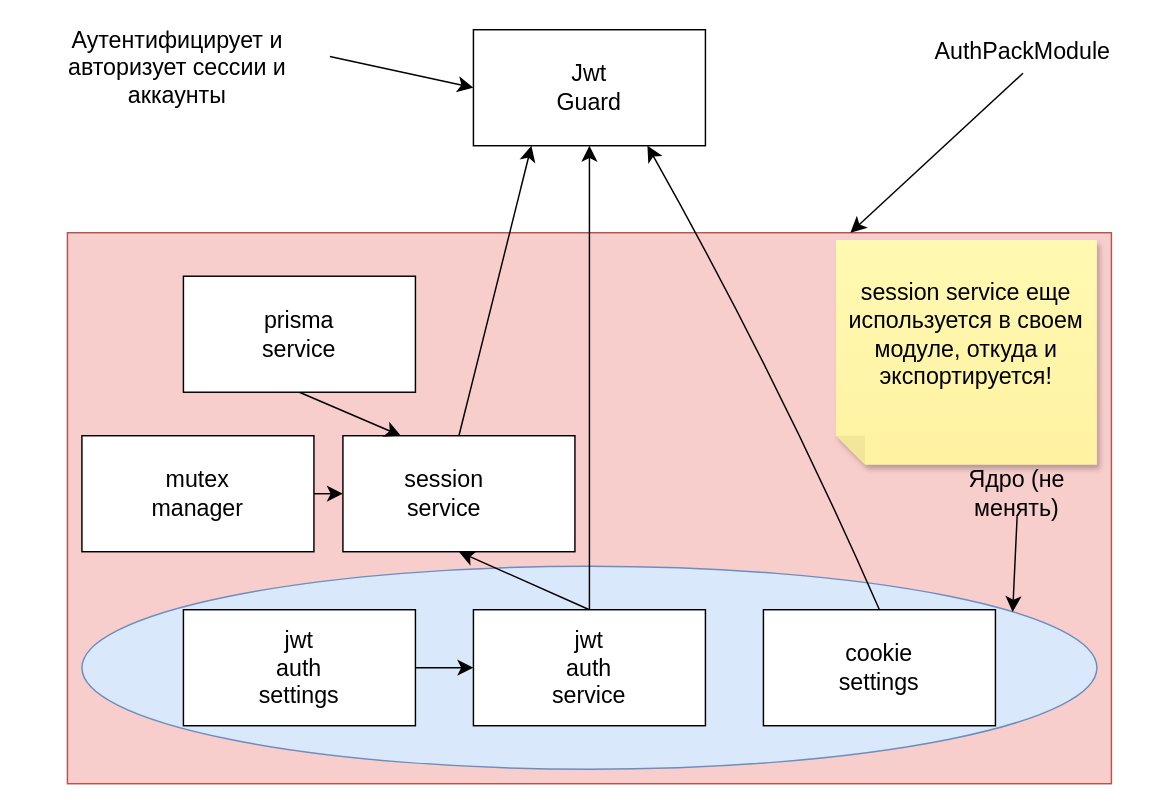
IsaTalantbek/nestjs-monolith keeps this draw.io diagram as info/AuthPackModule.drawio. Above is the earlier version. Source tidied: cells renumbered, new cells numbered last; positions are measured from the earlier drawing's top-left corner, leaving out a move shared by most shapes. Both pictures are drawn from the tidied source at 145%, with x=0, y=0 at pixel (25, 29).
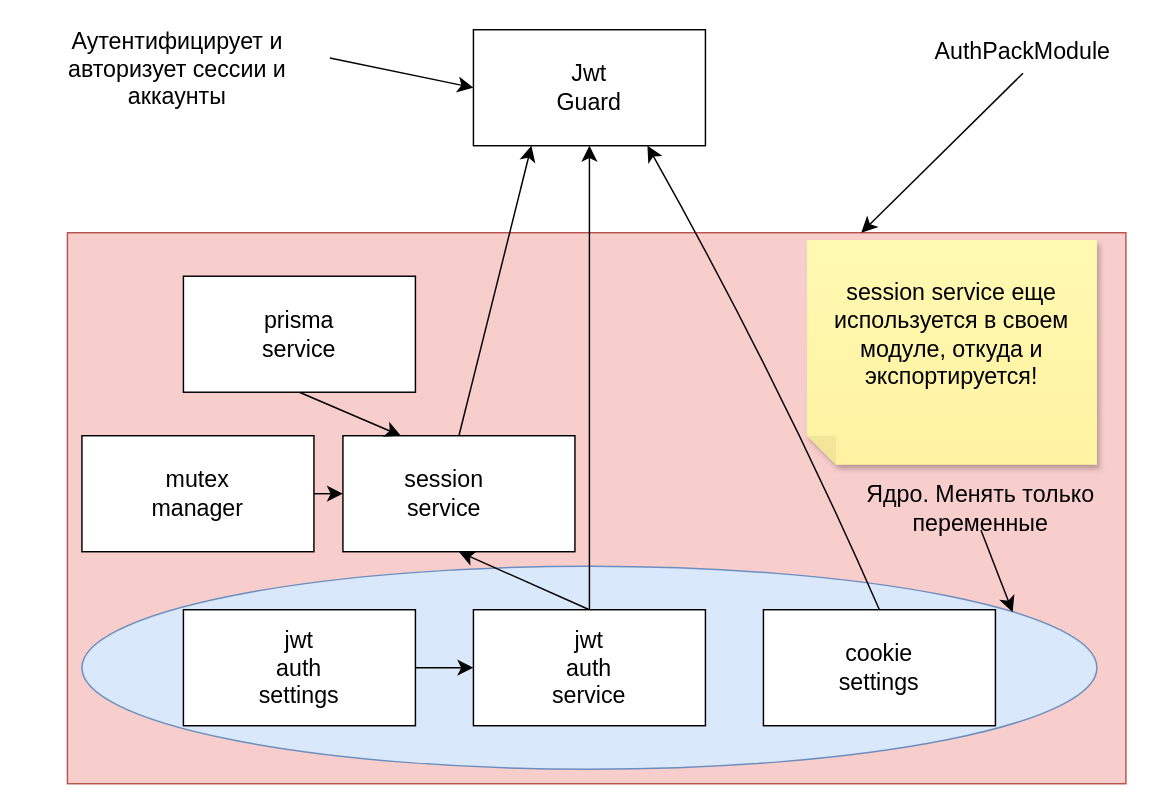
Above is the later version.

Commit message:
documentation-0.0.4-12.01.25-Сделал диаграмму на drawio для AuthPackModule

Unchanged cells that the change refers to:
```xml
<mxCell id="3" style="ellipse;whiteSpace=wrap;html=1;fillColor=#dae8fc;strokeColor=#6c8ebf;" parent="1" vertex="1">
  <mxGeometry x="39" y="370" width="700" height="140" as="geometry" />
</mxCell>
```

What changed in the source:
```diff
@@
     <mxCell id="2" style="rounded=0;whiteSpace=wrap;html=1;fillColor=#f8cecc;strokeColor=#b85450;" parent="1" vertex="1">
-      <mxGeometry x="29" y="140" width="720" height="380" as="geometry" />
+      <mxGeometry x="29" y="140" width="730" height="380" as="geometry" />
     </mxCell>
@@
-    <mxCell id="23" style="edgeStyle=none;curved=1;rounded=0;jettySize=auto;html=1;exitX=0.5;exitY=1;exitDx=0;exitDy=0;fontSize=12;startSize=8;endSize=8;entryX=0.917;entryY=0.226;entryDx=0;entryDy=0;entryPerimeter=0;" parent="1" edge="1" source="24" target="3">
+    <mxCell id="23" style="edgeStyle=none;curved=1;rounded=0;jettySize=auto;html=1;exitX=0.5;exitY=1;exitDx=0;exitDy=0;fontSize=12;startSize=8;endSize=8;entryX=0.917;entryY=0.226;entryDx=0;entryDy=0;entryPerimeter=0;" parent="1" edge="1" source="34" target="3">
       <mxGeometry relative="1" as="geometry" />
     </mxCell>
-    <mxCell id="24" value="Ядро (не менять)" style="text;strokeColor=none;align=center;fillColor=none;html=1;verticalAlign=middle;whiteSpace=wrap;rounded=0;fontSize=16;" parent="1" vertex="1">
-      <mxGeometry x="629" y="305" width="110" height="30" as="geometry" />
-    </mxCell>
@@
     <mxCell id="30" style="shape=note;whiteSpace=wrap;html=1;backgroundOutline=1;fontColor=#000000;darkOpacity=0.05;fillColor=#FFF9B2;strokeColor=none;fillStyle=solid;direction=west;gradientDirection=north;gradientColor=#FFF2A1;shadow=1;size=20;" parent="1" vertex="1">
-      <mxGeometry x="559" y="145" width="180" height="155" as="geometry" />
+      <mxGeometry x="539" y="145" width="200" height="155" as="geometry" />
     </mxCell>
     <mxCell id="31" value="session service еще используется в своем модуле, откуда и экспортируется!" style="text;strokeColor=none;fillColor=none;html=1;align=center;verticalAlign=middle;whiteSpace=wrap;rounded=0;fontSize=16;" parent="1" vertex="1">
-      <mxGeometry x="564" y="195" width="170" height="30" as="geometry" />
+      <mxGeometry x="554" y="195" width="170" height="30" as="geometry" />
     </mxCell>
@@
     <mxCell id="33" value="Аутентифицирует и авторизует сессии и аккаунты" style="text;strokeColor=none;fillColor=none;html=1;align=center;verticalAlign=middle;whiteSpace=wrap;rounded=0;fontSize=16;" parent="1" vertex="1">
-      <mxGeometry y="11" width="210" height="30" as="geometry" />
+      <mxGeometry y="12" width="210" height="30" as="geometry" />
     </mxCell>
+    <mxCell id="34" value="Ядро. Менять только переменные" style="text;strokeColor=none;fillColor=none;html=1;align=center;verticalAlign=middle;whiteSpace=wrap;rounded=0;fontSize=16;" parent="1" vertex="1">
+      <mxGeometry x="579" y="315" width="160" height="30" as="geometry" />
+    </mxCell>
```
